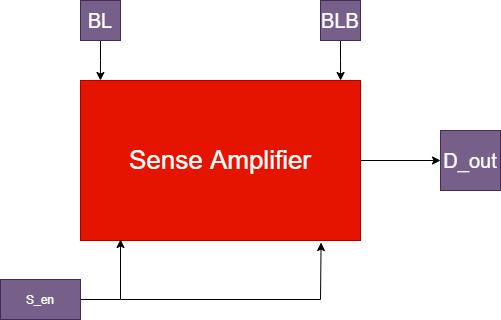
This is Images/Sense_Amp_Block.png from Khadgaray/6T_SRAM, a draw.io export, as it was before one commit. Source tidied: cells renumbered, new cells last; positions are measured from the earlier drawing's top-left corner, leaving out a move shared by most shapes.
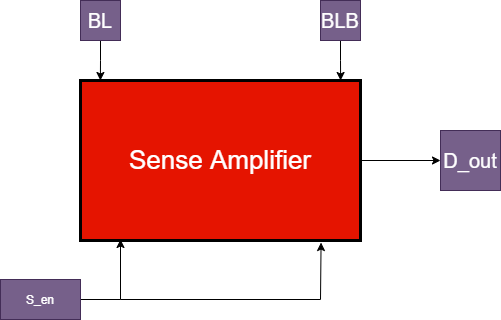
Later version of the same file.

What changed in the source:
```diff
@@ -15,7 +15,7 @@
         </Array>
       </mxGeometry>
     </mxCell>
-    <mxCell id="4" value="&lt;font style=&quot;font-size: 26px&quot;&gt;Sense Amplifier&lt;/font&gt;" style="rounded=0;whiteSpace=wrap;html=1;fillColor=#e51400;strokeColor=#B20000;fontColor=#ffffff;" parent="1" vertex="1">
+    <mxCell id="4" value="&lt;font style=&quot;font-size: 26px&quot;&gt;Sense Amplifier&lt;/font&gt;" style="rounded=0;whiteSpace=wrap;html=1;fillColor=#e51400;fontColor=#ffffff;strokeWidth=3;" parent="1" vertex="1">
       <mxGeometry x="80" y="80" width="280" height="160" as="geometry" />
     </mxCell>
     <mxCell id="5" style="edgeStyle=orthogonalEdgeStyle;rounded=0;orthogonalLoop=1;jettySize=auto;html=1;exitX=1;exitY=0.5;exitDx=0;exitDy=0;" parent="1" edge="1">
```
